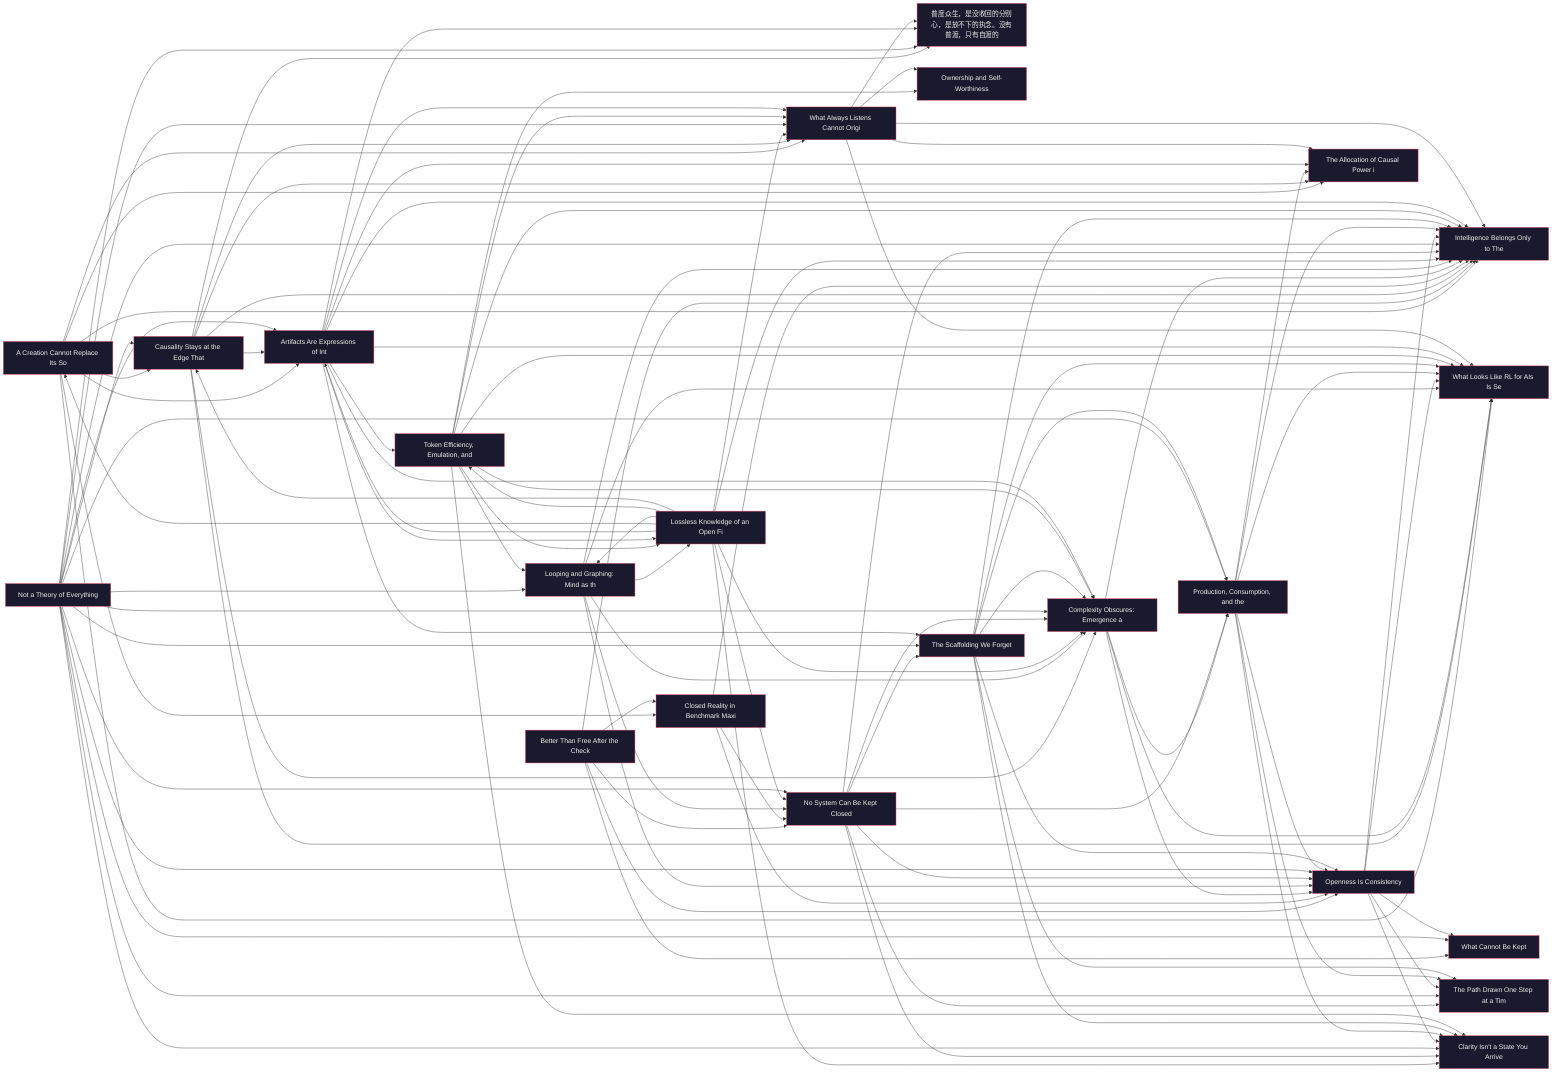
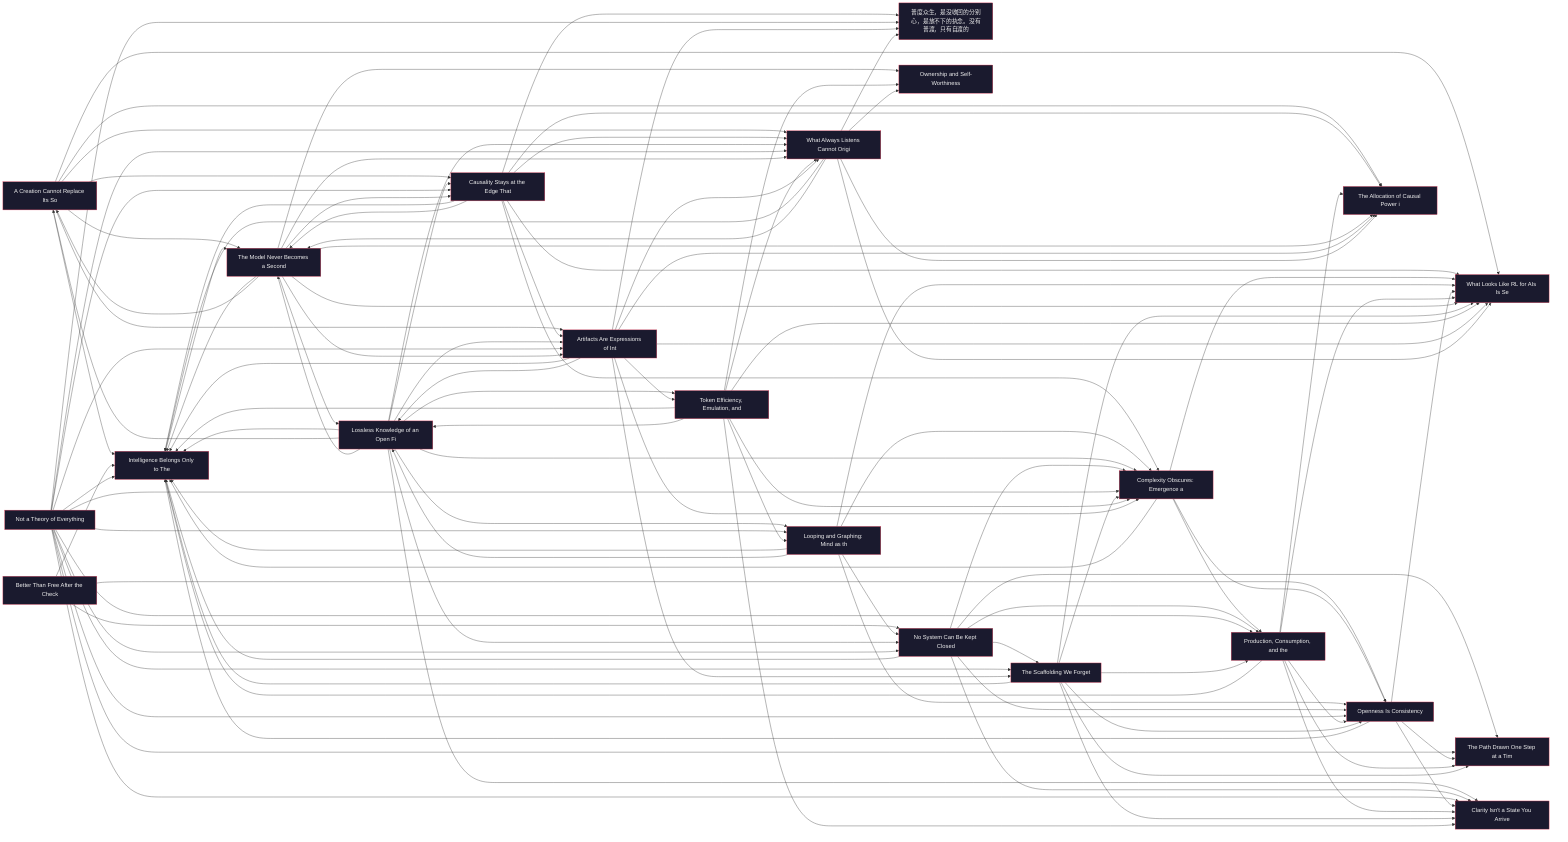
%% Disposable posts lattice — regenerate; do not edit
%% Source of truth: relative cross-links in content/posts/*.md
flowchart LR
  classDef post fill:#1a1a2e,color:#eee,stroke:#e94560
  a_creation_cannot_replace_its_source["A Creation Cannot Replace Its So"]
  class a_creation_cannot_replace_its_source post
  better_than_free_after_the_checklist_closes["Better Than Free After the Check"]
  class better_than_free_after_the_checklist_closes post
  causality_stays_at_the_edge_that_steers["Causality Stays at the Edge That"]
  class causality_stays_at_the_edge_that_steers post
  clarity_isnt_a_state_you_arrive_at["Clarity Isn't a State You Arrive"]
  class clarity_isnt_a_state_you_arrive_at post
-   closed_reality_in_benchmark_maxing["Closed Reality in Benchmark Maxi"]
-   class closed_reality_in_benchmark_maxing post
  complexity_obscures_emergence_as_the_act_of_mind["Complexity Obscures: Emergence a"]
  class complexity_obscures_emergence_as_the_act_of_mind post
  intelligence_belongs_only_to_the_mind["Intelligence Belongs Only to The"]
  class intelligence_belongs_only_to_the_mind post
  looping_and_graphing["Looping and Graphing: Mind as th"]
  class looping_and_graphing post
  lossless_knowledge_of_an_open_field_is_incoherent["Lossless Knowledge of an Open Fi"]
  class lossless_knowledge_of_an_open_field_is_incoherent post
  mei_you_pu_du_zhi_you_zi_du["普度众生，是没收回的分别心，是放不下的执念。没有普渡，只有自渡的"]
  class mei_you_pu_du_zhi_you_zi_du post
  no_system_can_be_kept_closed["No System Can Be Kept Closed"]
  class no_system_can_be_kept_closed post
  not_a_theory_of_everything["Not a Theory of Everything"]
  class not_a_theory_of_everything post
  openness_is_consistency["Openness Is Consistency"]
  class openness_is_consistency post
  ownership_and_self_worthiness["Ownership and Self-Worthiness"]
  class ownership_and_self_worthiness post
  production_consumption_and_the_minds_distinction["Production, Consumption, and the"]
  class production_consumption_and_the_minds_distinction post
  self_rl_for_humans["What Looks Like RL for AIs Is Se"]
  class self_rl_for_humans post
  the_allocation_of_causal_power_in_validation["The Allocation of Causal Power i"]
  class the_allocation_of_causal_power_in_validation post
+   the_model_never_becomes_a_second_edge["The Model Never Becomes a Second"]
+   class the_model_never_becomes_a_second_edge post
  the_path_drawn_one_step_at_a_time["The Path Drawn One Step at a Tim"]
  class the_path_drawn_one_step_at_a_time post
  the_scaffolding_we_forget["The Scaffolding We Forget"]
  class the_scaffolding_we_forget post
  token_efficiency_emulation_and_the_unclosable_gap["Token Efficiency, Emulation, and"]
  class token_efficiency_emulation_and_the_unclosable_gap post
  two_failures_of_trace["Artifacts Are Expressions of Int"]
  class two_failures_of_trace post
  what_always_listens_cannot_originate["What Always Listens Cannot Origi"]
  class what_always_listens_cannot_originate post
-   what_cannot_be_kept["What Cannot Be Kept"]
-   class what_cannot_be_kept post
-   a_creation_cannot_replace_its_source --> closed_reality_in_benchmark_maxing
  a_creation_cannot_replace_its_source --> intelligence_belongs_only_to_the_mind
  a_creation_cannot_replace_its_source --> self_rl_for_humans
  a_creation_cannot_replace_its_source --> causality_stays_at_the_edge_that_steers
  a_creation_cannot_replace_its_source --> what_always_listens_cannot_originate
+   a_creation_cannot_replace_its_source --> the_model_never_becomes_a_second_edge
  a_creation_cannot_replace_its_source --> two_failures_of_trace
  a_creation_cannot_replace_its_source --> the_allocation_of_causal_power_in_validation
  better_than_free_after_the_checklist_closes --> no_system_can_be_kept_closed
-   better_than_free_after_the_checklist_closes --> what_cannot_be_kept
  better_than_free_after_the_checklist_closes --> intelligence_belongs_only_to_the_mind
-   better_than_free_after_the_checklist_closes --> closed_reality_in_benchmark_maxing
  better_than_free_after_the_checklist_closes --> openness_is_consistency
  causality_stays_at_the_edge_that_steers --> what_always_listens_cannot_originate
  causality_stays_at_the_edge_that_steers --> intelligence_belongs_only_to_the_mind
  causality_stays_at_the_edge_that_steers --> self_rl_for_humans
  causality_stays_at_the_edge_that_steers --> two_failures_of_trace
  causality_stays_at_the_edge_that_steers --> mei_you_pu_du_zhi_you_zi_du
  causality_stays_at_the_edge_that_steers --> the_allocation_of_causal_power_in_validation
+   causality_stays_at_the_edge_that_steers --> the_model_never_becomes_a_second_edge
  causality_stays_at_the_edge_that_steers --> complexity_obscures_emergence_as_the_act_of_mind
-   closed_reality_in_benchmark_maxing --> no_system_can_be_kept_closed
-   closed_reality_in_benchmark_maxing --> intelligence_belongs_only_to_the_mind
-   closed_reality_in_benchmark_maxing --> openness_is_consistency
  complexity_obscures_emergence_as_the_act_of_mind --> intelligence_belongs_only_to_the_mind
  complexity_obscures_emergence_as_the_act_of_mind --> openness_is_consistency
  complexity_obscures_emergence_as_the_act_of_mind --> production_consumption_and_the_minds_distinction
  complexity_obscures_emergence_as_the_act_of_mind --> self_rl_for_humans
+   intelligence_belongs_only_to_the_mind --> the_model_never_becomes_a_second_edge
  looping_and_graphing --> self_rl_for_humans
  looping_and_graphing --> intelligence_belongs_only_to_the_mind
  looping_and_graphing --> complexity_obscures_emergence_as_the_act_of_mind
  looping_and_graphing --> no_system_can_be_kept_closed
  looping_and_graphing --> openness_is_consistency
  looping_and_graphing --> lossless_knowledge_of_an_open_field_is_incoherent
  lossless_knowledge_of_an_open_field_is_incoherent --> intelligence_belongs_only_to_the_mind
  lossless_knowledge_of_an_open_field_is_incoherent --> two_failures_of_trace
  lossless_knowledge_of_an_open_field_is_incoherent --> a_creation_cannot_replace_its_source
+   lossless_knowledge_of_an_open_field_is_incoherent --> the_model_never_becomes_a_second_edge
  lossless_knowledge_of_an_open_field_is_incoherent --> what_always_listens_cannot_originate
  lossless_knowledge_of_an_open_field_is_incoherent --> looping_and_graphing
  lossless_knowledge_of_an_open_field_is_incoherent --> no_system_can_be_kept_closed
  lossless_knowledge_of_an_open_field_is_incoherent --> complexity_obscures_emergence_as_the_act_of_mind
  lossless_knowledge_of_an_open_field_is_incoherent --> token_efficiency_emulation_and_the_unclosable_gap
  lossless_knowledge_of_an_open_field_is_incoherent --> causality_stays_at_the_edge_that_steers
  lossless_knowledge_of_an_open_field_is_incoherent --> clarity_isnt_a_state_you_arrive_at
  no_system_can_be_kept_closed --> openness_is_consistency
  no_system_can_be_kept_closed --> intelligence_belongs_only_to_the_mind
  no_system_can_be_kept_closed --> production_consumption_and_the_minds_distinction
  no_system_can_be_kept_closed --> complexity_obscures_emergence_as_the_act_of_mind
  no_system_can_be_kept_closed --> the_path_drawn_one_step_at_a_time
  no_system_can_be_kept_closed --> the_scaffolding_we_forget
  no_system_can_be_kept_closed --> clarity_isnt_a_state_you_arrive_at
  not_a_theory_of_everything --> intelligence_belongs_only_to_the_mind
  not_a_theory_of_everything --> openness_is_consistency
  not_a_theory_of_everything --> the_path_drawn_one_step_at_a_time
  not_a_theory_of_everything --> causality_stays_at_the_edge_that_steers
  not_a_theory_of_everything --> two_failures_of_trace
  not_a_theory_of_everything --> the_scaffolding_we_forget
  not_a_theory_of_everything --> looping_and_graphing
  not_a_theory_of_everything --> production_consumption_and_the_minds_distinction
  not_a_theory_of_everything --> mei_you_pu_du_zhi_you_zi_du
  not_a_theory_of_everything --> clarity_isnt_a_state_you_arrive_at
  not_a_theory_of_everything --> what_always_listens_cannot_originate
-   not_a_theory_of_everything --> what_cannot_be_kept
  not_a_theory_of_everything --> complexity_obscures_emergence_as_the_act_of_mind
  not_a_theory_of_everything --> no_system_can_be_kept_closed
  openness_is_consistency --> the_path_drawn_one_step_at_a_time
  openness_is_consistency --> intelligence_belongs_only_to_the_mind
-   openness_is_consistency --> what_cannot_be_kept
  openness_is_consistency --> self_rl_for_humans
  openness_is_consistency --> clarity_isnt_a_state_you_arrive_at
  production_consumption_and_the_minds_distinction --> openness_is_consistency
  production_consumption_and_the_minds_distinction --> intelligence_belongs_only_to_the_mind
  production_consumption_and_the_minds_distinction --> the_path_drawn_one_step_at_a_time
  production_consumption_and_the_minds_distinction --> the_allocation_of_causal_power_in_validation
  production_consumption_and_the_minds_distinction --> self_rl_for_humans
  production_consumption_and_the_minds_distinction --> clarity_isnt_a_state_you_arrive_at
+   the_model_never_becomes_a_second_edge --> intelligence_belongs_only_to_the_mind
+   the_model_never_becomes_a_second_edge --> self_rl_for_humans
+   the_model_never_becomes_a_second_edge --> lossless_knowledge_of_an_open_field_is_incoherent
+   the_model_never_becomes_a_second_edge --> two_failures_of_trace
+   the_model_never_becomes_a_second_edge --> what_always_listens_cannot_originate
+   the_model_never_becomes_a_second_edge --> causality_stays_at_the_edge_that_steers
+   the_model_never_becomes_a_second_edge --> the_allocation_of_causal_power_in_validation
+   the_model_never_becomes_a_second_edge --> a_creation_cannot_replace_its_source
+   the_model_never_becomes_a_second_edge --> ownership_and_self_worthiness
  the_scaffolding_we_forget --> intelligence_belongs_only_to_the_mind
  the_scaffolding_we_forget --> the_path_drawn_one_step_at_a_time
  the_scaffolding_we_forget --> openness_is_consistency
  the_scaffolding_we_forget --> production_consumption_and_the_minds_distinction
  the_scaffolding_we_forget --> complexity_obscures_emergence_as_the_act_of_mind
  the_scaffolding_we_forget --> clarity_isnt_a_state_you_arrive_at
  the_scaffolding_we_forget --> self_rl_for_humans
  token_efficiency_emulation_and_the_unclosable_gap --> self_rl_for_humans
  token_efficiency_emulation_and_the_unclosable_gap --> ownership_and_self_worthiness
  token_efficiency_emulation_and_the_unclosable_gap --> what_always_listens_cannot_originate
  token_efficiency_emulation_and_the_unclosable_gap --> complexity_obscures_emergence_as_the_act_of_mind
  token_efficiency_emulation_and_the_unclosable_gap --> intelligence_belongs_only_to_the_mind
  token_efficiency_emulation_and_the_unclosable_gap --> looping_and_graphing
  token_efficiency_emulation_and_the_unclosable_gap --> clarity_isnt_a_state_you_arrive_at
  token_efficiency_emulation_and_the_unclosable_gap --> lossless_knowledge_of_an_open_field_is_incoherent
  two_failures_of_trace --> intelligence_belongs_only_to_the_mind
  two_failures_of_trace --> token_efficiency_emulation_and_the_unclosable_gap
  two_failures_of_trace --> the_scaffolding_we_forget
  two_failures_of_trace --> what_always_listens_cannot_originate
  two_failures_of_trace --> mei_you_pu_du_zhi_you_zi_du
  two_failures_of_trace --> the_allocation_of_causal_power_in_validation
  two_failures_of_trace --> self_rl_for_humans
  two_failures_of_trace --> complexity_obscures_emergence_as_the_act_of_mind
  two_failures_of_trace --> lossless_knowledge_of_an_open_field_is_incoherent
  what_always_listens_cannot_originate --> intelligence_belongs_only_to_the_mind
  what_always_listens_cannot_originate --> the_allocation_of_causal_power_in_validation
  what_always_listens_cannot_originate --> ownership_and_self_worthiness
  what_always_listens_cannot_originate --> self_rl_for_humans
  what_always_listens_cannot_originate --> mei_you_pu_du_zhi_you_zi_du
+   what_always_listens_cannot_originate --> the_model_never_becomes_a_second_edge
